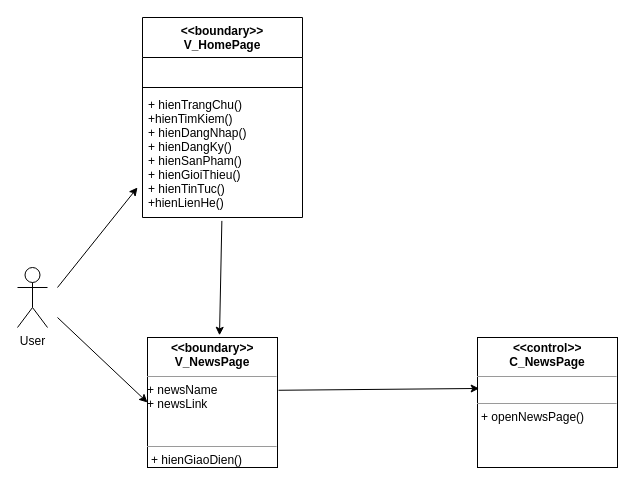
hoangminh15/PTTKHT keeps this draw.io diagram as Lop_tham_gia_Usecase/Duy's ClassUC/XemTrangTinTuc.drawio. Above is the earlier version. Source tidied: cells renumbered, new cells numbered last; positions are measured from the earlier drawing's top-left corner, leaving out a move shared by most shapes. Both pictures are drawn from the tidied source at 100%, with x=0, y=0 at pixel (17, 17).
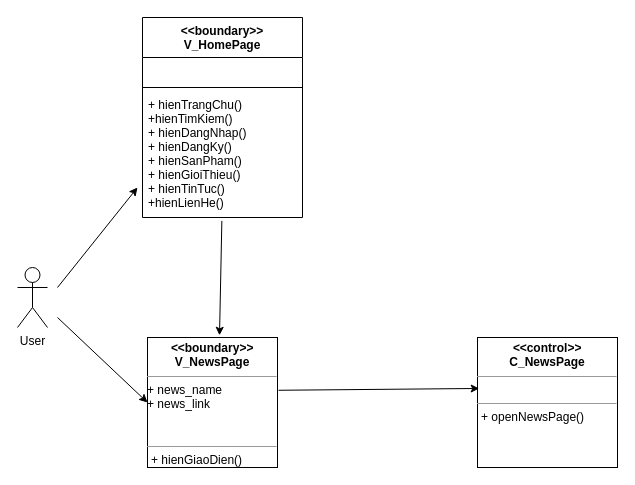
After the change.

Change to the diagram source:
```diff
@@
 <mxGraphModel>
   <root>
     <mxCell id="0" />
     <mxCell id="1" parent="0" />
     <mxCell id="2" value="User" style="shape=umlActor;verticalLabelPosition=bottom;verticalAlign=top;html=1;" parent="1" vertex="1">
       <mxGeometry y="250" width="30" height="60" as="geometry" />
     </mxCell>
-    <mxCell id="3" value="&lt;p style=&quot;margin: 0px ; margin-top: 4px ; text-align: center&quot;&gt;&lt;b&gt;&lt;i&gt;&amp;lt;&lt;/i&gt;&amp;lt;boundary&lt;i&gt;&amp;gt;&amp;gt;&lt;/i&gt;&lt;br&gt;V_NewsPage&lt;/b&gt;&lt;/p&gt;&lt;hr size=&quot;1&quot;&gt;&lt;div&gt;+ newsName&lt;/div&gt;&lt;div&gt;+ newsLink&lt;/div&gt;&lt;div&gt;&lt;br&gt;&lt;/div&gt;&lt;br&gt;&lt;hr size=&quot;1&quot;&gt;&lt;p style=&quot;margin: 0px ; margin-left: 4px&quot;&gt;+ hienGiaoDien()&lt;/p&gt;" style="verticalAlign=top;align=left;overflow=fill;fontSize=12;fontFamily=Helvetica;html=1;" parent="1" vertex="1">
+    <mxCell id="3" value="&lt;p style=&quot;margin: 0px ; margin-top: 4px ; text-align: center&quot;&gt;&lt;b&gt;&lt;i&gt;&amp;lt;&lt;/i&gt;&amp;lt;boundary&lt;i&gt;&amp;gt;&amp;gt;&lt;/i&gt;&lt;br&gt;V_NewsPage&lt;/b&gt;&lt;/p&gt;&lt;hr size=&quot;1&quot;&gt;&lt;div&gt;+ news_name&lt;/div&gt;&lt;div&gt;+ news_link&lt;/div&gt;&lt;div&gt;&lt;br&gt;&lt;/div&gt;&lt;br&gt;&lt;hr size=&quot;1&quot;&gt;&lt;p style=&quot;margin: 0px ; margin-left: 4px&quot;&gt;+ hienGiaoDien()&lt;/p&gt;" style="verticalAlign=top;align=left;overflow=fill;fontSize=12;fontFamily=Helvetica;html=1;" parent="1" vertex="1">
       <mxGeometry x="130" y="320" width="130" height="130" as="geometry" />
     </mxCell>
     <mxCell id="4" value="&lt;p style=&quot;margin: 0px ; margin-top: 4px ; text-align: center&quot;&gt;&lt;b&gt;&lt;i&gt;&amp;lt;&lt;/i&gt;&amp;lt;control&lt;i&gt;&amp;gt;&amp;gt;&lt;/i&gt;&lt;br&gt;C_NewsPage&lt;/b&gt;&lt;/p&gt;&lt;hr size=&quot;1&quot;&gt;&lt;br&gt;&lt;hr size=&quot;1&quot;&gt;&lt;p style=&quot;margin: 0px ; margin-left: 4px&quot;&gt;+ openNewsPage()&lt;br&gt;&lt;br&gt;&lt;/p&gt;" style="verticalAlign=top;align=left;overflow=fill;fontSize=12;fontFamily=Helvetica;html=1;" parent="1" vertex="1">
       <mxGeometry x="460" y="320" width="140" height="130" as="geometry" />
     </mxCell>
     <mxCell id="5" style="endArrow=classic;html=1;exitX=1.008;exitY=0.406;exitDx=0;exitDy=0;exitPerimeter=0;entryX=0.012;entryY=0.392;entryDx=0;entryDy=0;entryPerimeter=0;" parent="1" edge="1" source="3" target="4">
       <mxGeometry relative="1" as="geometry" />
     </mxCell>
     <mxCell id="6" style="endArrow=classic;html=1;entryX=0;entryY=0.5;entryDx=0;entryDy=0;" parent="1" edge="1" target="3">
       <mxGeometry relative="1" as="geometry">
         <mxPoint x="40" y="300" as="sourcePoint" />
       </mxGeometry>
     </mxCell>
     <mxCell id="7" value="&lt;&lt;boundary&gt;&gt;&#10;V_HomePage" style="swimlane;fontStyle=1;align=center;verticalAlign=top;horizontal=1;startSize=40;" parent="1" vertex="1">
       <mxGeometry x="125" width="160" height="200" as="geometry" />
     </mxCell>
     <mxCell id="8" value="  " style="text;strokeColor=none;fillColor=none;align=left;verticalAlign=top;spacingLeft=4;spacingRight=4;overflow=hidden;" parent="7" vertex="1">
       <mxGeometry y="40" width="160" height="26" as="geometry" />
     </mxCell>
     <mxCell id="9" style="line;strokeWidth=1;fillColor=none;align=left;verticalAlign=middle;spacingTop=-1;spacingLeft=3;spacingRight=3;labelPosition=right;" parent="7" vertex="1">
       <mxGeometry y="66" width="160" height="8" as="geometry" />
     </mxCell>
     <mxCell id="10" value="+ hienTrangChu()&#10;+hienTimKiem()&#10;+ hienDangNhap()&#10;+ hienDangKy()&#10;+ hienSanPham()&#10;+ hienGioiThieu()&#10;+ hienTinTuc()&#10;+hienLienHe()" style="text;strokeColor=none;fillColor=none;align=left;verticalAlign=top;spacingLeft=4;spacingRight=4;overflow=hidden;points=[[0,0.5],[1,0.5]];portConstraint=eastwest;" parent="7" vertex="1">
       <mxGeometry y="74" width="160" height="126" as="geometry" />
     </mxCell>
     <mxCell id="11" style="endArrow=classic;html=1;" parent="1" edge="1">
       <mxGeometry relative="1" as="geometry">
         <mxPoint x="40" y="270" as="sourcePoint" />
         <mxPoint x="120" y="170" as="targetPoint" />
       </mxGeometry>
     </mxCell>
     <mxCell id="12" style="endArrow=classic;html=1;entryX=0.554;entryY=-0.017;entryDx=0;entryDy=0;exitX=0.496;exitY=1.027;exitDx=0;exitDy=0;exitPerimeter=0;entryPerimeter=0;" parent="1" edge="1" source="10" target="3">
       <mxGeometry relative="1" as="geometry" />
     </mxCell>
   </root>
 </mxGraphModel>
```
